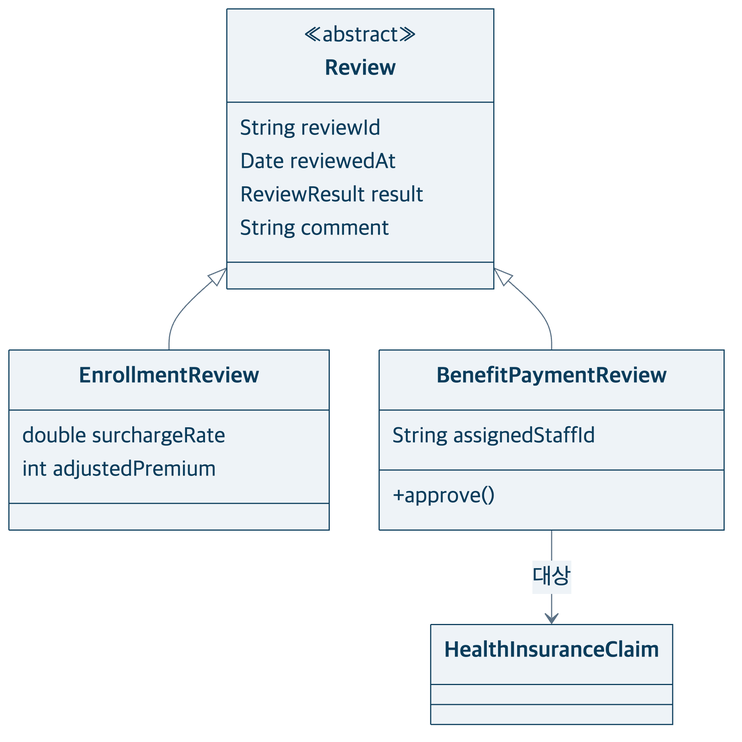
The Mermaid diagram docs/presentation/diagrams/clusters/review-design.png in heyoonyoon/distributed-programming, before a commit. Its source is kept beside it as docs/presentation/diagrams/clusters/review-design.mmd.
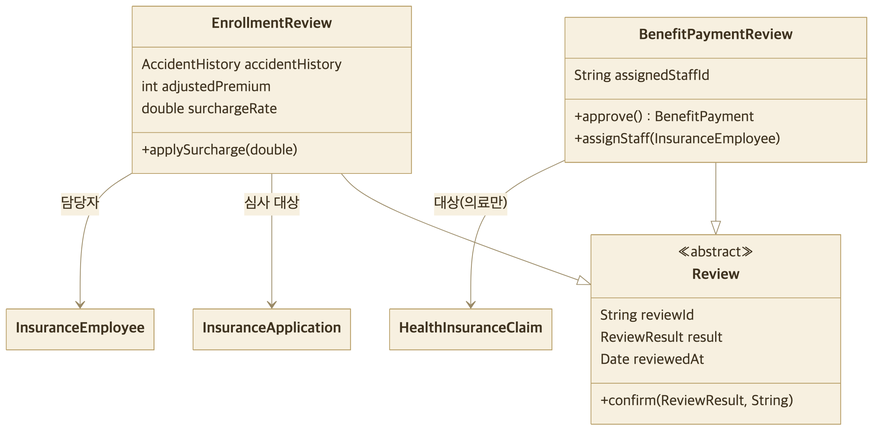
After the commit.

Diff of the diagram source:
```diff
@@ -3,19 +3,26 @@
 class Review {
   <<abstract>>
   String reviewId
+  ReviewResult result
   Date reviewedAt
-  ReviewResult result
-  String comment
+  +confirm(ReviewResult, String)
 }
 class EnrollmentReview {
+  AccidentHistory accidentHistory
+  int adjustedPremium
   double surchargeRate
-  int adjustedPremium
+  +applySurcharge(double)
 }
 class BenefitPaymentReview {
   String assignedStaffId
-  +approve()
+  +approve() BenefitPayment
+  +assignStaff(InsuranceEmployee)
 }
+class InsuranceApplication
+class InsuranceEmployee
 class HealthInsuranceClaim
-Review <|-- EnrollmentReview
-Review <|-- BenefitPaymentReview
-BenefitPaymentReview --> HealthInsuranceClaim : 대상
+EnrollmentReview --|> Review
+BenefitPaymentReview --|> Review
+EnrollmentReview --> InsuranceApplication : 심사 대상
+EnrollmentReview --> InsuranceEmployee : 담당자
+BenefitPaymentReview --> HealthInsuranceClaim : 대상(의료만)
```
